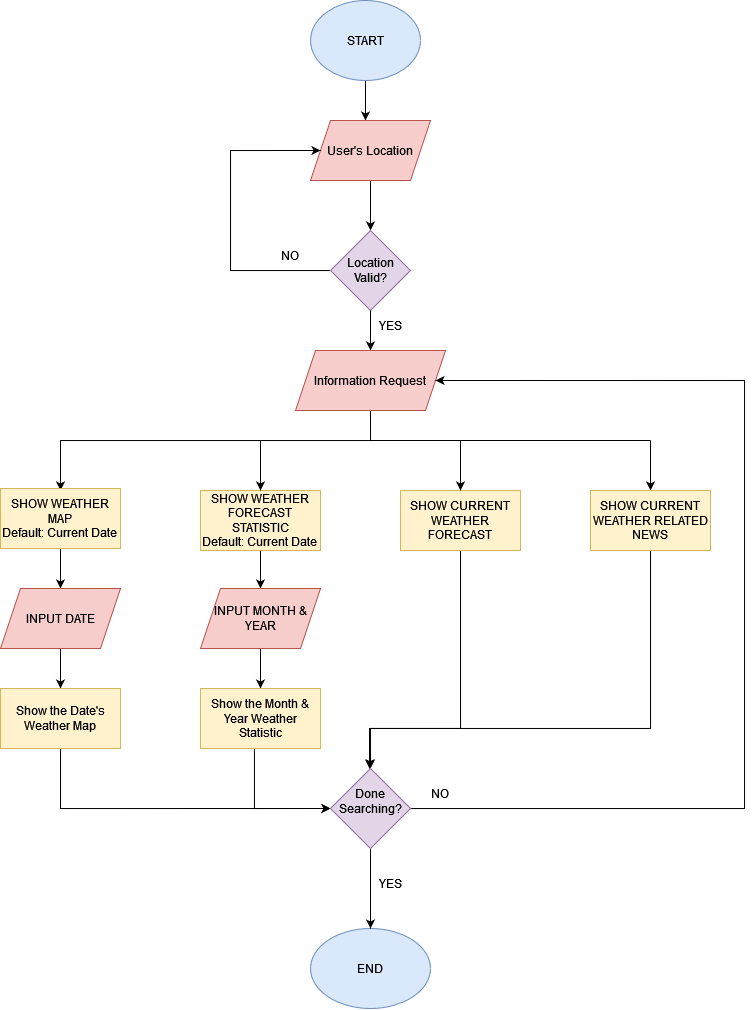
Earlier version of the draw.io export images/Lowleveldiagram.png (ctan24/Group-4-Project). Source tidied: cells renumbered, new cells last; positions are measured from the earlier drawing's top-left corner, leaving out a move shared by most shapes.
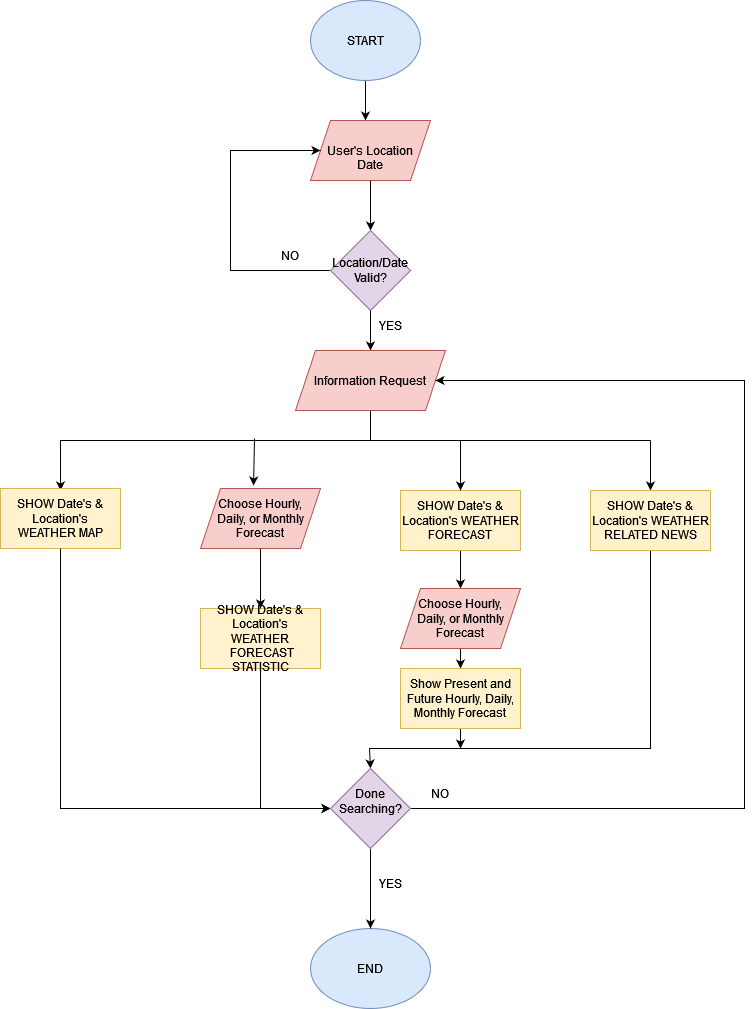
Above is the later version.

Commit message:
update low lvl

Change to the diagram source:
```diff
@@ -13,7 +13,7 @@
     <mxCell id="4" style="edgeStyle=orthogonalEdgeStyle;rounded=0;jettySize=auto;html=1;exitX=0.5;exitY=1;exitDx=0;exitDy=0;entryX=0.5;entryY=0;entryDx=0;entryDy=0;entryPerimeter=0;" parent="1" edge="1" source="5" target="8">
       <mxGeometry relative="1" as="geometry" />
     </mxCell>
-    <mxCell id="5" value="User's Location" style="shape=parallelogram;perimeter=parallelogramPerimeter;whiteSpace=wrap;html=1;fixedSize=1;fillColor=#f8cecc;strokeColor=#b85450;" parent="1" vertex="1">
+    <mxCell id="5" value="&lt;br&gt;&lt;div&gt;User's Location&lt;/div&gt;Date" style="shape=parallelogram;perimeter=parallelogramPerimeter;whiteSpace=wrap;html=1;fixedSize=1;fillColor=#f8cecc;strokeColor=#b85450;" parent="1" vertex="1">
       <mxGeometry x="310" y="120" width="120" height="60" as="geometry" />
     </mxCell>
     <mxCell id="6" style="edgeStyle=orthogonalEdgeStyle;rounded=0;jettySize=auto;html=1;entryX=0;entryY=0.5;entryDx=0;entryDy=0;" parent="1" edge="1" source="8" target="5">
@@ -29,7 +29,7 @@
         <mxPoint x="370" y="360" as="targetPoint" />
       </mxGeometry>
     </mxCell>
-    <mxCell id="8" value="Location Valid?" style="rhombus;whiteSpace=wrap;html=1;fillColor=#e1d5e7;strokeColor=#9673a6;" parent="1" vertex="1">
+    <mxCell id="8" value="Location/Date Valid?" style="rhombus;whiteSpace=wrap;html=1;fillColor=#e1d5e7;strokeColor=#9673a6;" parent="1" vertex="1">
       <mxGeometry x="330" y="230" width="80" height="80" as="geometry" />
     </mxCell>
     <mxCell id="9" style="edgeStyle=orthogonalEdgeStyle;rounded=0;jettySize=auto;html=1;" parent="1" edge="1" source="8" target="12">
@@ -65,46 +65,36 @@
     <mxCell id="15" value="YES" style="text;html=1;strokeColor=none;fillColor=none;align=center;verticalAlign=middle;whiteSpace=wrap;rounded=0;" parent="1" vertex="1">
       <mxGeometry x="360" y="310" width="60" height="30" as="geometry" />
     </mxCell>
-    <mxCell id="16" style="edgeStyle=orthogonalEdgeStyle;rounded=0;jettySize=auto;html=1;entryX=0.5;entryY=0;entryDx=0;entryDy=0;" parent="1" edge="1" source="17" target="28">
-      <mxGeometry relative="1" as="geometry" />
-    </mxCell>
-    <mxCell id="17" value="&lt;div&gt;SHOW WEATHER MAP&lt;/div&gt;&lt;div&gt;Default: Current Date&lt;br&gt;&lt;/div&gt;" style="rounded=0;whiteSpace=wrap;html=1;fillColor=#fff2cc;strokeColor=#d6b656;" parent="1" vertex="1">
+    <mxCell id="17" value="&lt;div&gt;SHOW Date's &amp;amp; Location's&lt;/div&gt;&lt;div&gt;WEATHER MAP&lt;/div&gt;" style="rounded=0;whiteSpace=wrap;html=1;fillColor=#fff2cc;strokeColor=#d6b656;" parent="1" vertex="1">
       <mxGeometry y="488" width="120" height="60" as="geometry" />
     </mxCell>
-    <mxCell id="18" style="edgeStyle=orthogonalEdgeStyle;rounded=0;jettySize=auto;html=1;exitX=0.5;exitY=1;exitDx=0;exitDy=0;entryX=0.5;entryY=0;entryDx=0;entryDy=0;" parent="1" edge="1" source="19" target="32">
-      <mxGeometry relative="1" as="geometry" />
-    </mxCell>
+    <mxCell id="40" style="edgeStyle=orthogonalEdgeStyle;rounded=0;jettySize=auto;html=1;entryX=0;entryY=0.5;entryDx=0;entryDy=0;" parent="1" edge="1" source="19" target="37">
+      <mxGeometry relative="1" as="geometry">
+        <Array as="points">
+          <mxPoint x="260" y="808" />
+        </Array>
+      </mxGeometry>
+    </mxCell>
-    <mxCell id="19" value="&lt;div&gt;SHOW WEATHER FORECAST STATISTIC&lt;/div&gt;&lt;div&gt;Default: Current Date&lt;br&gt;&lt;/div&gt;" style="rounded=0;whiteSpace=wrap;html=1;fillColor=#fff2cc;strokeColor=#d6b656;" parent="1" vertex="1">
-      <mxGeometry x="200" y="490" width="120" height="60" as="geometry" />
+    <mxCell id="19" value="&lt;div&gt;SHOW Date's &amp;amp; Location's&lt;/div&gt;&lt;div&gt;WEATHER&lt;/div&gt;&lt;div&gt;&amp;nbsp;FORECAST STATISTIC&lt;/div&gt;" style="rounded=0;whiteSpace=wrap;html=1;fillColor=#fff2cc;strokeColor=#d6b656;" parent="1" vertex="1">
+      <mxGeometry x="200" y="608" width="120" height="60" as="geometry" />
     </mxCell>
-    <mxCell id="20" style="edgeStyle=orthogonalEdgeStyle;rounded=0;jettySize=auto;html=1;entryX=0.5;entryY=0;entryDx=0;entryDy=0;" parent="1" edge="1" source="21" target="37">
-      <mxGeometry relative="1" as="geometry">
-        <Array as="points">
-          <mxPoint x="460" y="728" />
-          <mxPoint x="370" y="728" />
-        </Array>
-      </mxGeometry>
-    </mxCell>
+    <mxCell id="41" style="edgeStyle=orthogonalEdgeStyle;rounded=0;jettySize=auto;html=1;entryX=0.5;entryY=0;entryDx=0;entryDy=0;" parent="1" edge="1" source="21" target="44">
+      <mxGeometry relative="1" as="geometry" />
+    </mxCell>
-    <mxCell id="21" value="SHOW CURRENT WEATHER FORECAST" style="rounded=0;whiteSpace=wrap;html=1;fillColor=#fff2cc;strokeColor=#d6b656;" parent="1" vertex="1">
+    <mxCell id="21" value="&lt;div&gt;SHOW Date's &amp;amp; Location's WEATHER FORECAST&lt;/div&gt;" style="rounded=0;whiteSpace=wrap;html=1;fillColor=#fff2cc;strokeColor=#d6b656;" parent="1" vertex="1">
       <mxGeometry x="400" y="490" width="120" height="60" as="geometry" />
     </mxCell>
     <mxCell id="22" style="edgeStyle=orthogonalEdgeStyle;rounded=0;jettySize=auto;html=1;entryX=0.5;entryY=0;entryDx=0;entryDy=0;" parent="1" edge="1" source="23" target="37">
       <mxGeometry relative="1" as="geometry">
         <Array as="points">
-          <mxPoint x="650" y="728" />
-          <mxPoint x="369" y="728" />
-          <mxPoint x="369" y="768" />
+          <mxPoint x="650" y="748" />
+          <mxPoint x="369" y="748" />
         </Array>
       </mxGeometry>
     </mxCell>
-    <mxCell id="23" value="SHOW CURRENT WEATHER RELATED NEWS" style="rounded=0;whiteSpace=wrap;html=1;fillColor=#fff2cc;strokeColor=#d6b656;" parent="1" vertex="1">
+    <mxCell id="23" value="SHOW Date's &amp;amp; Location's WEATHER RELATED NEWS" style="rounded=0;whiteSpace=wrap;html=1;fillColor=#fff2cc;strokeColor=#d6b656;" parent="1" vertex="1">
       <mxGeometry x="590" y="490" width="120" height="60" as="geometry" />
     </mxCell>
-    <mxCell id="24" style="endArrow=classic;html=1;rounded=0;entryX=0.5;entryY=0;entryDx=0;entryDy=0;" parent="1" edge="1" target="19">
-      <mxGeometry relative="1" as="geometry">
-        <mxPoint x="260" y="440" as="sourcePoint" />
-      </mxGeometry>
-    </mxCell>
     <mxCell id="25" style="endArrow=classic;html=1;rounded=0;entryX=0.5;entryY=0;entryDx=0;entryDy=0;" parent="1" edge="1" target="21">
       <mxGeometry relative="1" as="geometry">
         <mxPoint x="460" y="440" as="sourcePoint" />
@@ -113,38 +103,24 @@
     <mxCell id="26" value="END" style="ellipse;whiteSpace=wrap;html=1;fillColor=#dae8fc;strokeColor=#6c8ebf;" parent="1" vertex="1">
       <mxGeometry x="310" y="928" width="120" height="80" as="geometry" />
     </mxCell>
-    <mxCell id="27" style="edgeStyle=orthogonalEdgeStyle;rounded=0;jettySize=auto;html=1;" parent="1" edge="1" source="28" target="30">
-      <mxGeometry relative="1" as="geometry" />
-    </mxCell>
-    <mxCell id="28" value="INPUT DATE" style="shape=parallelogram;perimeter=parallelogramPerimeter;whiteSpace=wrap;html=1;fixedSize=1;fillColor=#f8cecc;strokeColor=#b85450;" parent="1" vertex="1">
-      <mxGeometry y="588" width="120" height="60" as="geometry" />
-    </mxCell>
-    <mxCell id="29" style="edgeStyle=orthogonalEdgeStyle;rounded=0;jettySize=auto;html=1;entryX=0;entryY=0.5;entryDx=0;entryDy=0;" parent="1" edge="1" source="30" target="37">
+    <mxCell id="29" style="edgeStyle=orthogonalEdgeStyle;rounded=0;jettySize=auto;html=1;entryX=0;entryY=0.5;entryDx=0;entryDy=0;exitX=0.5;exitY=1;exitDx=0;exitDy=0;" parent="1" edge="1" source="17" target="37">
       <mxGeometry relative="1" as="geometry">
         <Array as="points">
           <mxPoint x="60" y="808" />
         </Array>
       </mxGeometry>
     </mxCell>
-    <mxCell id="30" value="Show the Date's Weather Map" style="whiteSpace=wrap;html=1;fillColor=#fff2cc;strokeColor=#d6b656;" parent="1" vertex="1">
-      <mxGeometry y="688" width="120" height="60" as="geometry" />
-    </mxCell>
-    <mxCell id="31" style="edgeStyle=orthogonalEdgeStyle;rounded=0;jettySize=auto;html=1;" parent="1" edge="1" source="32" target="34">
-      <mxGeometry relative="1" as="geometry" />
-    </mxCell>
+    <mxCell id="42" style="edgeStyle=orthogonalEdgeStyle;rounded=0;jettySize=auto;html=1;entryX=0.5;entryY=0;entryDx=0;entryDy=0;" parent="1" edge="1" source="32" target="19">
+      <mxGeometry relative="1" as="geometry">
+        <Array as="points">
+          <mxPoint x="260" y="568" />
+          <mxPoint x="260" y="568" />
+        </Array>
+      </mxGeometry>
+    </mxCell>
-    <mxCell id="32" value="INPUT MONTH &amp;amp; YEAR" style="shape=parallelogram;perimeter=parallelogramPerimeter;whiteSpace=wrap;html=1;fixedSize=1;fillColor=#f8cecc;strokeColor=#b85450;" parent="1" vertex="1">
-      <mxGeometry x="200" y="588" width="120" height="60" as="geometry" />
+    <mxCell id="32" value="&lt;div&gt;Choose Hourly, &lt;br&gt;&lt;/div&gt;&lt;div&gt;Daily, or Monthly&lt;/div&gt;&lt;div&gt;Forecast&lt;br&gt;&lt;/div&gt;" style="shape=parallelogram;perimeter=parallelogramPerimeter;whiteSpace=wrap;html=1;fixedSize=1;fillColor=#f8cecc;strokeColor=#b85450;" parent="1" vertex="1">
+      <mxGeometry x="200" y="488" width="120" height="60" as="geometry" />
     </mxCell>
-    <mxCell id="33" style="edgeStyle=orthogonalEdgeStyle;rounded=0;jettySize=auto;html=1;entryX=0;entryY=0.5;entryDx=0;entryDy=0;" parent="1" edge="1" source="34" target="37">
-      <mxGeometry relative="1" as="geometry">
-        <Array as="points">
-          <mxPoint x="254" y="808" />
-        </Array>
-      </mxGeometry>
-    </mxCell>
-    <mxCell id="34" value="Show the Month &amp;amp; Year Weather Statistic" style="whiteSpace=wrap;html=1;fillColor=#fff2cc;strokeColor=#d6b656;" parent="1" vertex="1">
-      <mxGeometry x="200" y="688" width="120" height="60" as="geometry" />
-    </mxCell>
     <mxCell id="35" style="edgeStyle=orthogonalEdgeStyle;rounded=0;jettySize=auto;html=1;entryX=0.5;entryY=0;entryDx=0;entryDy=0;" parent="1" edge="1" source="37" target="26">
       <mxGeometry relative="1" as="geometry" />
     </mxCell>
@@ -165,5 +141,26 @@
     <mxCell id="39" value="NO" style="text;html=1;strokeColor=none;fillColor=none;align=center;verticalAlign=middle;whiteSpace=wrap;rounded=0;" parent="1" vertex="1">
       <mxGeometry x="410" y="778" width="60" height="30" as="geometry" />
     </mxCell>
+    <mxCell id="43" style="edgeStyle=orthogonalEdgeStyle;rounded=0;jettySize=auto;html=1;" parent="1" edge="1" source="44">
+      <mxGeometry relative="1" as="geometry">
+        <mxPoint x="460" y="668" as="targetPoint" />
+      </mxGeometry>
+    </mxCell>
+    <mxCell id="44" value="&lt;div&gt;Choose Hourly, &lt;br&gt;&lt;/div&gt;&lt;div&gt;Daily, or Monthly&lt;/div&gt;&lt;div&gt;Forecast&lt;br&gt;&lt;/div&gt;" style="shape=parallelogram;perimeter=parallelogramPerimeter;whiteSpace=wrap;html=1;fixedSize=1;fillColor=#f8cecc;strokeColor=#b85450;" parent="1" vertex="1">
+      <mxGeometry x="400" y="588" width="120" height="60" as="geometry" />
+    </mxCell>
+    <mxCell id="45" style="edgeStyle=orthogonalEdgeStyle;rounded=0;jettySize=auto;html=1;" parent="1" edge="1" source="46">
+      <mxGeometry relative="1" as="geometry">
+        <mxPoint x="460" y="748" as="targetPoint" />
+      </mxGeometry>
+    </mxCell>
+    <mxCell id="46" value="Show Present and Future Hourly, Daily, Monthly Forecast" style="rounded=0;whiteSpace=wrap;html=1;fillColor=#fff2cc;strokeColor=#d6b656;" parent="1" vertex="1">
+      <mxGeometry x="400" y="668" width="120" height="60" as="geometry" />
+    </mxCell>
+    <mxCell id="47" style="endArrow=classic;html=1;rounded=0;entryX=0.442;entryY=-0.05;entryDx=0;entryDy=0;entryPerimeter=0;" parent="1" edge="1" target="32">
+      <mxGeometry relative="1" as="geometry">
+        <mxPoint x="254" y="438" as="sourcePoint" />
+      </mxGeometry>
+    </mxCell>
   </root>
 </mxGraphModel>
```
